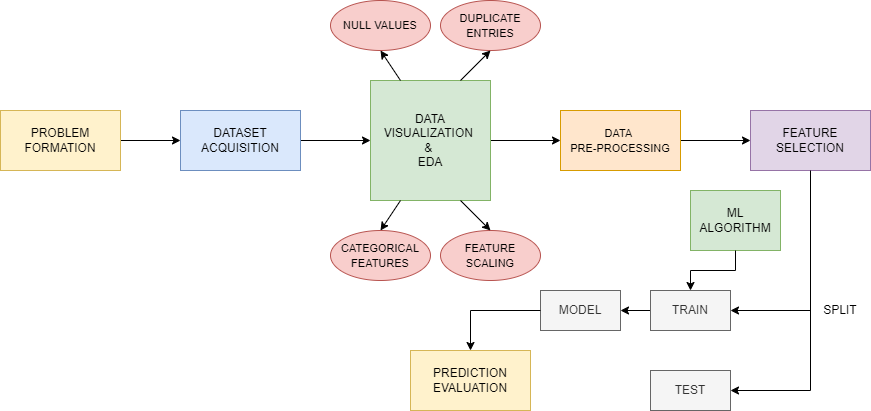
Earlier version of the draw.io export Pictures/MLProjectDiagram.png (Maaher01/Heart-Disease-Prediction-using-Machine-Learning). Source tidied: cells renumbered, new cells last; positions are measured from the earlier drawing's top-left corner, leaving out a move shared by most shapes.
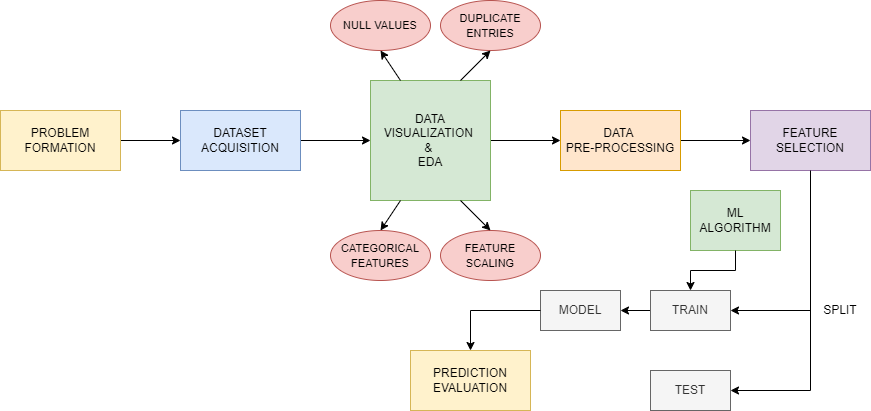
After the commit.

Commit message:
Made changes to methodology diagram

Change to the diagram source:
```diff
@@ -32,7 +32,7 @@
     <mxCell id="11" style="edgeStyle=orthogonalEdgeStyle;rounded=0;jettySize=auto;html=1;" parent="1" edge="1" source="12" target="14">
       <mxGeometry relative="1" as="geometry" />
     </mxCell>
-    <mxCell id="12" value="&lt;font style=&quot;font-size: 11px;&quot;&gt;DATA &lt;br&gt;PRE-PROCESSING&lt;/font&gt;" style="rounded=0;whiteSpace=wrap;html=1;fillColor=#ffe6cc;strokeColor=#d79b00;" parent="1" vertex="1">
+    <mxCell id="12" value="&lt;font style=&quot;font-size: 12px;&quot;&gt;DATA &lt;br&gt;PRE-PROCESSING&lt;/font&gt;" style="rounded=0;whiteSpace=wrap;html=1;fillColor=#ffe6cc;strokeColor=#d79b00;" parent="1" vertex="1">
       <mxGeometry x="560" y="110" width="120" height="60" as="geometry" />
     </mxCell>
     <mxCell id="13" value="&lt;font style=&quot;font-size: 11px;&quot;&gt;CATEGORICAL FEATURES&lt;/font&gt;" style="ellipse;whiteSpace=wrap;html=1;fillColor=#f8cecc;strokeColor=#b85450;" parent="1" vertex="1">
```
